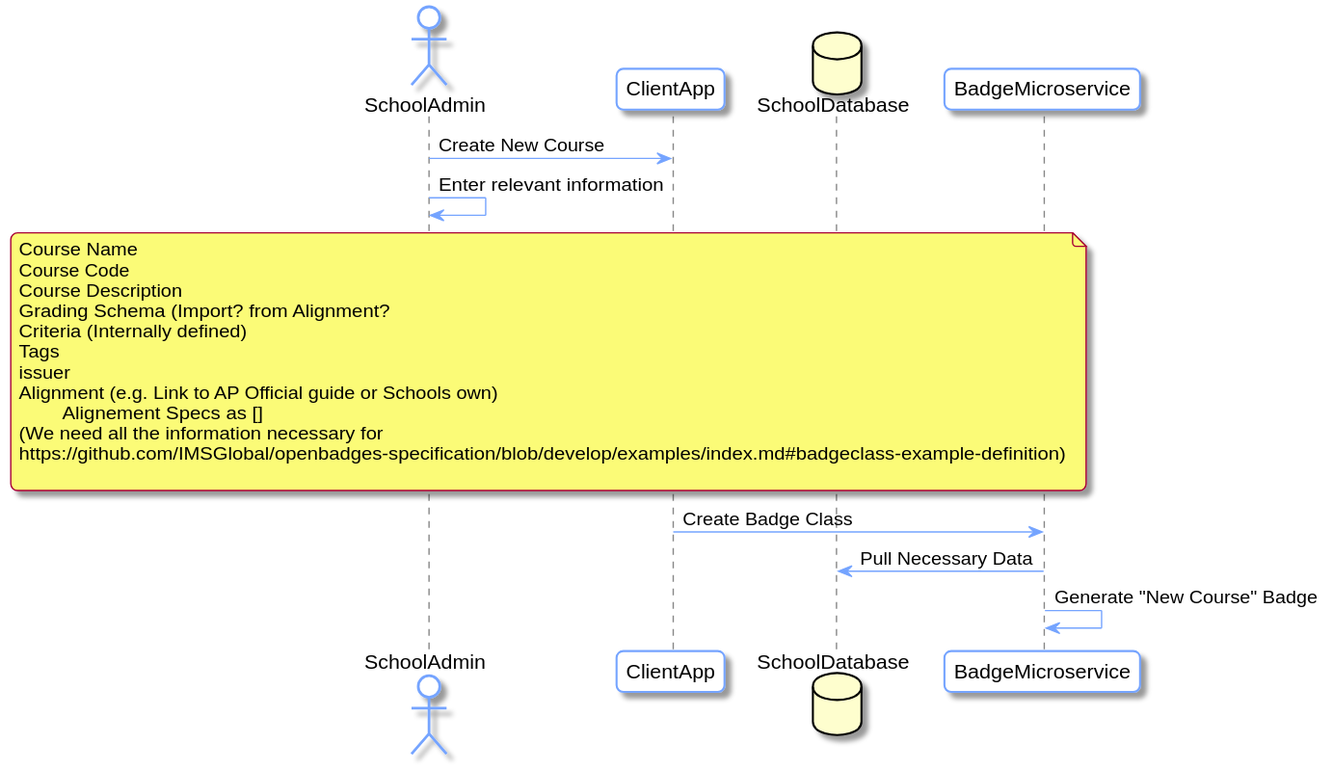
The PlantUML diagram xDemic_Flows/create_new_course.svg in hoola-inc/xDemic-Specs, before a commit. Source of this version:
```plantuml
@startuml
skinparam roundcorner 10
skinparam BoxPadding 10
skinparam headerFontColor #75A4FF
skinparam headerFontSize 18
skinparam sequence {
  ArrowColor #75A4FF
  GroupBackgroundColor #75A4FF
  GroupBorderColor #EDECFF
  GroupHeaderFontColor #ffffff
  BoxBorderColor #75A4FF
  BoxBackgroundColor #EDECFF
  BoxPadding 10

  ParticipantBorderColor #75A4FF
  ParticipantBackgroundColor #ffffff
  ParticipantPadding 10

  ActorBorderColor #75A4FF
  ActorBackgroundColor #ffffff
  EntityBorderColor #75A4FF
  EntityBackgroundColor #ffffff
  DatabaseBorderColor #75A4FF
  DatabaseBackgroundColor #ffffff

  LifeLineBorderColor #878787
}

actor SchoolAdmin
participant ClientApp
database SchoolDatabase
participant BadgeMicroservice
SchoolAdmin -> ClientApp: Create New Course
SchoolAdmin -> SchoolAdmin : Enter relevant information
note over SchoolAdmin, ClientApp
	Course Name
	Course Code
	Course Description
	Grading Schema (Import? from Alignment?
	Criteria (Internally defined)
	Tags
	issuer
	Alignment (e.g. Link to AP Official guide or Schools own)
		Alignement Specs as []
	(We need all the information necessary for
	https://github.com/IMSGlobal/openbadges-specification/blob/develop/examples/index.md#badgeclass-example-definition)

endnote

ClientApp -> BadgeMicroservice: Create Badge Class

BadgeMicroservice -> SchoolDatabase: Pull Necessary Data

BadgeMicroservice -> BadgeMicroservice: Generate "New Course" Badge

@enduml
```
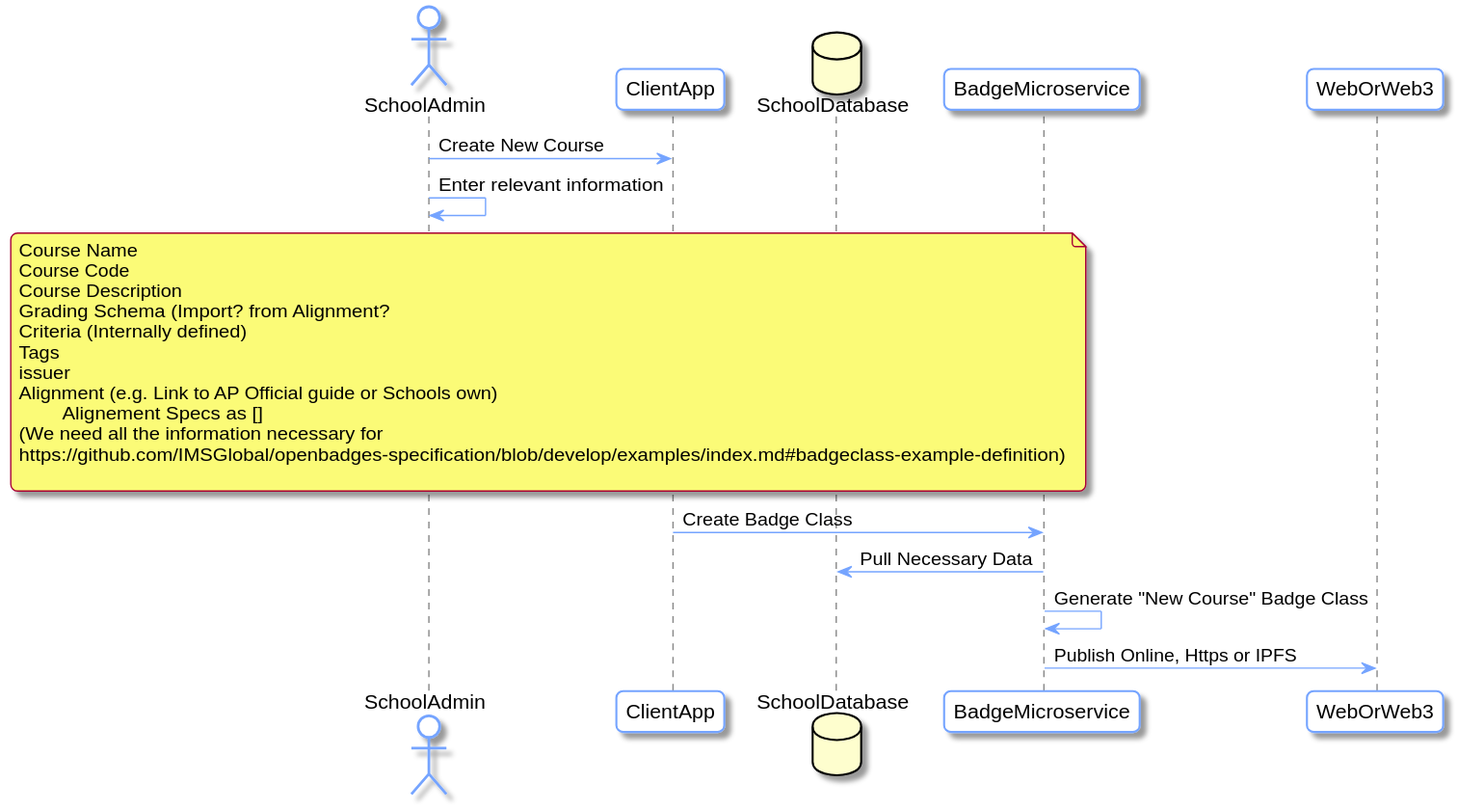
The same diagram one commit later.

What changed in the source:
```diff
@@ -51,6 +51,8 @@
 
 BadgeMicroservice -> SchoolDatabase: Pull Necessary Data
 
-BadgeMicroservice -> BadgeMicroservice: Generate "New Course" Badge
+BadgeMicroservice -> BadgeMicroservice: Generate "New Course" Badge Class
+
+BadgeMicroservice -> WebOrWeb3: Publish Online, Https or IPFS
 
 @enduml
```
